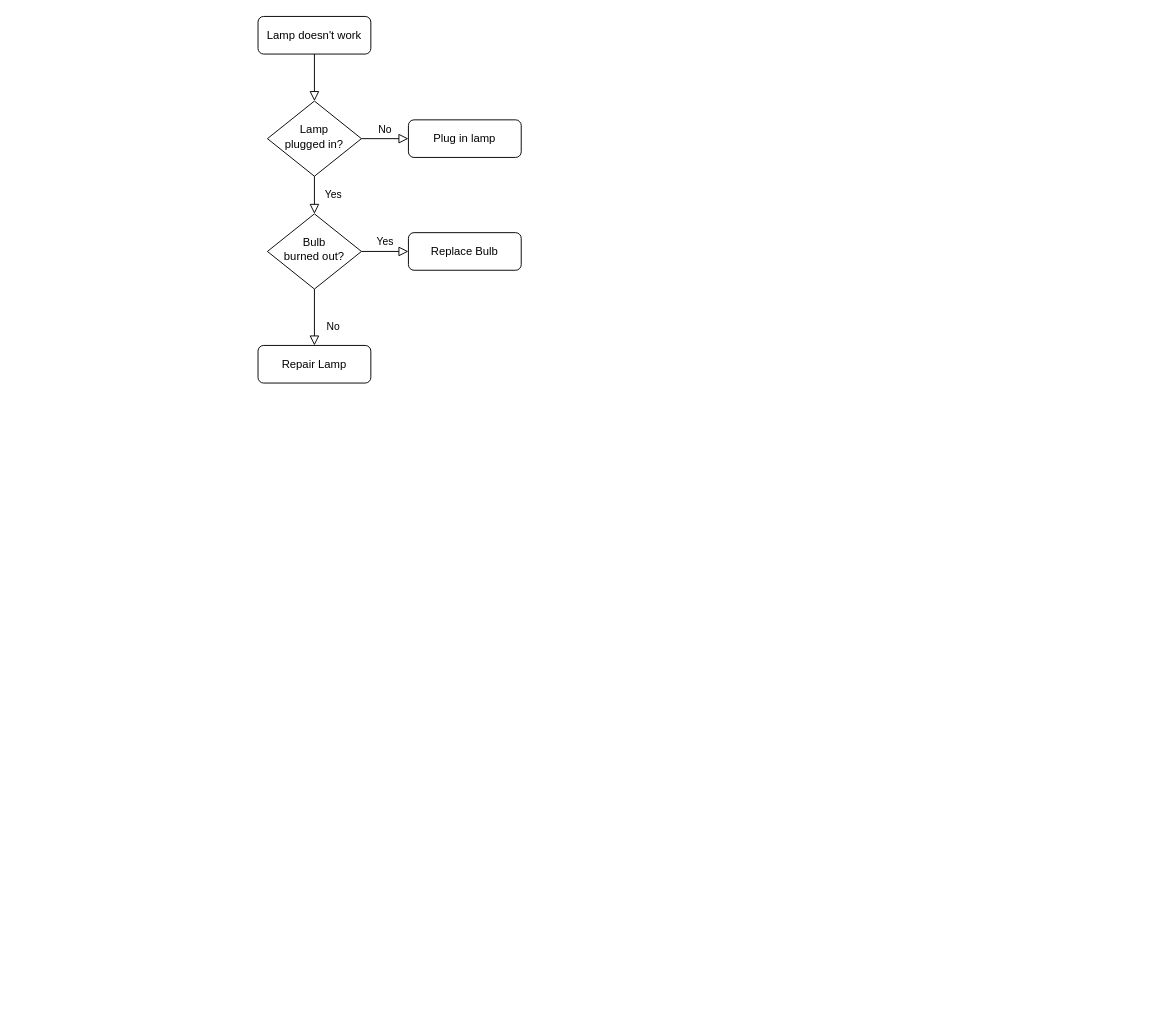
Before: 未命名绘图.drawio in 1171229771/draw, a draw.io diagram. Source tidied: cells renumbered, new cells numbered last; positions are measured from the earlier drawing's top-left corner, leaving out a move shared by most shapes. Both pictures are drawn from the tidied source at 94%, with x=0, y=0 at pixel (258, 16).
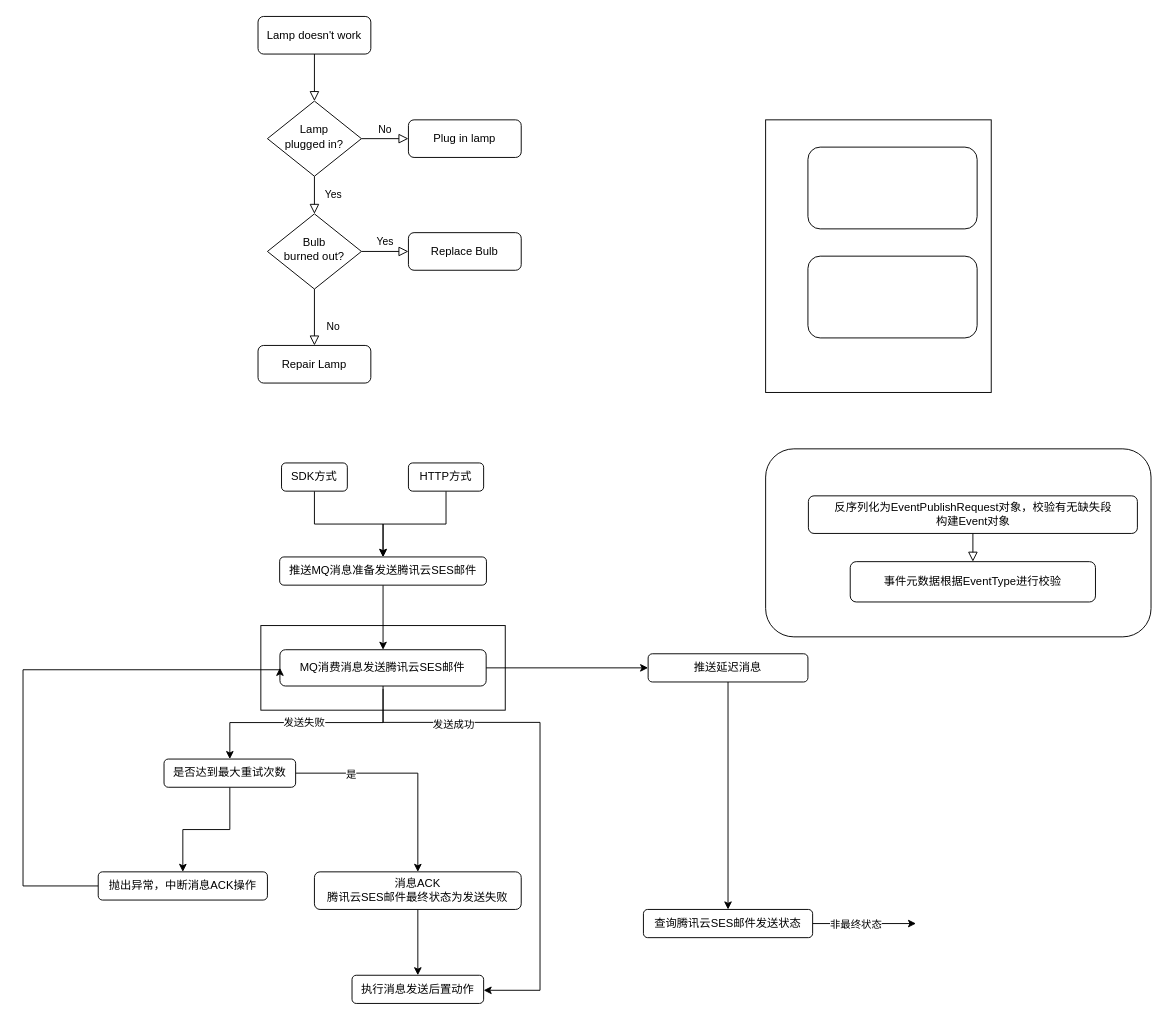
After the change.

Commit message:
更新未命名绘图.drawio

What changed in the source:
```diff
@@
+    <mxCell id="13" style="group;fillColor=default;strokeColor=default;enumerate=0;comic=0;fixedWidth=0;" parent="1" vertex="1">
+      <mxGeometry x="540" y="110" width="240" height="290" as="geometry" />
+    </mxCell>
+    <mxCell id="14" style="rounded=1;whiteSpace=wrap;html=1;strokeColor=default;align=center;verticalAlign=top;fontFamily=Helvetica;fontSize=12;fontColor=default;fillColor=default;gradientColor=none;" parent="13" vertex="1">
+      <mxGeometry x="45" y="29" width="180" height="87" as="geometry" />
+    </mxCell>
+    <mxCell id="15" style="rounded=1;whiteSpace=wrap;html=1;strokeColor=default;align=center;verticalAlign=top;fontFamily=Helvetica;fontSize=12;fontColor=default;fillColor=default;gradientColor=none;" parent="13" vertex="1">
+      <mxGeometry x="45" y="145" width="180" height="87" as="geometry" />
+    </mxCell>
+    <mxCell id="16" style="group;fillColor=default;strokeColor=default;" parent="1" vertex="1">
+      <mxGeometry x="3" y="648" width="260" height="90" as="geometry" />
+    </mxCell>
+    <mxCell id="17" value="MQ消费消息发送腾讯云SES邮件" style="rounded=1;whiteSpace=wrap;html=1;" parent="16" vertex="1">
+      <mxGeometry x="20.3" y="25.7" width="219.4" height="38.6" as="geometry" />
+    </mxCell>
@@
+    <mxCell id="18" style="edgeStyle=orthogonalEdgeStyle;rounded=0;jettySize=auto;html=1;entryX=0.5;entryY=0;entryDx=0;entryDy=0;" parent="1" edge="1" source="28" target="21">
+      <mxGeometry relative="1" as="geometry" />
+    </mxCell>
+    <mxCell id="19" style="edgeStyle=orthogonalEdgeStyle;rounded=0;jettySize=auto;html=1;entryX=0.5;entryY=0;entryDx=0;entryDy=0;" parent="1" edge="1" source="29" target="21">
+      <mxGeometry relative="1" as="geometry" />
+    </mxCell>
+    <mxCell id="20" style="edgeStyle=orthogonalEdgeStyle;rounded=0;jettySize=auto;html=1;" parent="1" edge="1" source="21" target="17">
+      <mxGeometry relative="1" as="geometry" />
+    </mxCell>
+    <mxCell id="21" value="推送MQ消息准备发送腾讯云SES邮件" style="rounded=1;whiteSpace=wrap;html=1;" parent="1" vertex="1">
+      <mxGeometry x="23" y="575" width="220" height="30" as="geometry" />
+    </mxCell>
+    <mxCell id="22" style="edgeStyle=orthogonalEdgeStyle;rounded=0;jettySize=auto;html=1;" parent="1" edge="1" source="17" target="31">
+      <mxGeometry relative="1" as="geometry" />
+    </mxCell>
+    <mxCell id="23" style="edgeStyle=orthogonalEdgeStyle;rounded=0;orthogonalLoop=1;jettySize=auto;html=1;exitX=0.5;exitY=1;exitDx=0;exitDy=0;entryX=1;entryY=0.5;entryDx=0;entryDy=0;" parent="1" edge="1">
+      <mxGeometry relative="1" as="geometry">
+        <mxPoint x="133" y="715.3" as="sourcePoint" />
+        <mxPoint x="240" y="1036" as="targetPoint" />
+        <Array as="points">
+          <mxPoint x="133" y="751" />
+          <mxPoint x="300" y="751" />
+          <mxPoint x="300" y="1036" />
+        </Array>
+      </mxGeometry>
+    </mxCell>
+    <mxCell id="24" value="发送成功" style="edgeLabel;html=1;align=center;verticalAlign=middle;" parent="23" vertex="1">
+      <mxGeometry x="-0.04" width="70" height="30" relative="1" as="geometry">
+        <mxPoint x="-127" y="-73" as="offset" />
+      </mxGeometry>
+    </mxCell>
+    <mxCell id="25" style="edgeStyle=orthogonalEdgeStyle;rounded=0;jettySize=auto;html=1;" parent="1" edge="1" source="17" target="38">
+      <mxGeometry relative="1" as="geometry" />
+    </mxCell>
+    <mxCell id="26" value="发送失败" style="edgeLabel;html=1;align=center;verticalAlign=middle;" parent="25" vertex="1">
+      <mxGeometry x="0.12" y="3" width="70" height="30" relative="1" as="geometry">
+        <mxPoint x="-23" y="-18" as="offset" />
+      </mxGeometry>
+    </mxCell>
+    <mxCell id="27" style="group;" parent="1" vertex="1">
+      <mxGeometry x="25" y="475" width="215" height="30" as="geometry" />
+    </mxCell>
+    <mxCell id="28" value="SDK方式" style="rounded=1;whiteSpace=wrap;html=1;fontSize=12;glass=0;strokeWidth=1;shadow=0;" parent="27" vertex="1">
+      <mxGeometry width="70" height="30" as="geometry" />
+    </mxCell>
+    <mxCell id="29" value="HTTP方式&lt;br&gt;" style="rounded=1;whiteSpace=wrap;html=1;" parent="27" vertex="1">
+      <mxGeometry x="135" width="80" height="30" as="geometry" />
+    </mxCell>
+    <mxCell id="30" style="edgeStyle=orthogonalEdgeStyle;rounded=0;jettySize=auto;html=1;entryX=0.5;entryY=0;entryDx=0;entryDy=0;" parent="1" edge="1" source="31" target="34">
+      <mxGeometry relative="1" as="geometry" />
+    </mxCell>
+    <mxCell id="31" value="推送延迟消息" style="rounded=1;whiteSpace=wrap;html=1;" parent="1" vertex="1">
+      <mxGeometry x="415" y="678" width="170" height="30" as="geometry" />
+    </mxCell>
+    <mxCell id="32" style="edgeStyle=orthogonalEdgeStyle;rounded=0;jettySize=auto;html=1;" parent="1" edge="1" source="34">
+      <mxGeometry relative="1" as="geometry">
+        <mxPoint x="700" y="965" as="targetPoint" />
+      </mxGeometry>
+    </mxCell>
+    <mxCell id="33" value="非最终状态" style="edgeLabel;html=1;align=center;verticalAlign=middle;" parent="32" vertex="1">
+      <mxGeometry x="-0.19" y="-2" relative="1" as="geometry">
+        <mxPoint y="-2" as="offset" />
+      </mxGeometry>
+    </mxCell>
+    <mxCell id="34" value="查询腾讯云SES邮件发送状态&lt;br&gt;" style="rounded=1;whiteSpace=wrap;html=1;" parent="1" vertex="1">
+      <mxGeometry x="410" y="950" width="180" height="30" as="geometry" />
+    </mxCell>
+    <mxCell id="35" style="edgeStyle=orthogonalEdgeStyle;rounded=0;jettySize=auto;html=1;" parent="1" edge="1" source="38" target="40">
+      <mxGeometry relative="1" as="geometry" />
+    </mxCell>
+    <mxCell id="36" value="是" style="edgeLabel;html=1;align=center;verticalAlign=middle;" parent="35" vertex="1">
+      <mxGeometry x="-0.3" y="-2" width="30" height="30" relative="1" as="geometry">
+        <mxPoint x="-38" y="-15" as="offset" />
+      </mxGeometry>
+    </mxCell>
+    <mxCell id="37" style="edgeStyle=orthogonalEdgeStyle;rounded=0;jettySize=auto;html=1;entryX=0.5;entryY=0;entryDx=0;entryDy=0;" parent="1" edge="1" source="38" target="42">
+      <mxGeometry relative="1" as="geometry" />
+    </mxCell>
+    <mxCell id="38" value="是否达到最大重试次数" style="rounded=1;whiteSpace=wrap;html=1;" parent="1" vertex="1">
+      <mxGeometry x="-100" y="790" width="140" height="30" as="geometry" />
+    </mxCell>
+    <mxCell id="39" style="edgeStyle=orthogonalEdgeStyle;rounded=0;jettySize=auto;html=1;entryX=0.5;entryY=0;entryDx=0;entryDy=0;" parent="1" edge="1" source="40" target="43">
+      <mxGeometry relative="1" as="geometry" />
+    </mxCell>
+    <mxCell id="40" value="消息ACK&lt;br&gt;腾讯云SES邮件最终状态为发送失败" style="rounded=1;whiteSpace=wrap;html=1;" parent="1" vertex="1">
+      <mxGeometry x="60" y="910" width="220" height="40" as="geometry" />
+    </mxCell>
+    <mxCell id="41" style="edgeStyle=orthogonalEdgeStyle;rounded=0;jettySize=auto;html=1;entryX=0;entryY=0.5;entryDx=0;entryDy=0;" parent="1" edge="1" source="42" target="17">
+      <mxGeometry relative="1" as="geometry">
+        <Array as="points">
+          <mxPoint x="-250" y="925" />
+          <mxPoint x="-250" y="695" />
+        </Array>
+      </mxGeometry>
+    </mxCell>
+    <mxCell id="42" value="抛出异常，中断消息ACK操作" style="rounded=1;whiteSpace=wrap;html=1;" parent="1" vertex="1">
+      <mxGeometry x="-170" y="910" width="180" height="30" as="geometry" />
+    </mxCell>
+    <mxCell id="43" value="执行消息发送后置动作" style="rounded=1;whiteSpace=wrap;html=1;" parent="1" vertex="1">
+      <mxGeometry x="100" y="1020" width="140" height="30" as="geometry" />
+    </mxCell>
+    <mxCell id="44" style="group;fillColor=default;strokeColor=default;gradientColor=none;rounded=1;noLabel=0;" parent="1" vertex="1">
+      <mxGeometry x="540" y="460" width="410" height="200" as="geometry" />
+    </mxCell>
+    <mxCell id="45" value="反序列化为EventPublishRequest对象，校验有无缺失段&lt;br&gt;构建Event对象" style="rounded=1;html=1;fontSize=12;glass=0;strokeWidth=1;shadow=0;whiteSpace=wrap;" parent="44" vertex="1">
+      <mxGeometry x="45.5" y="50" width="350" height="40" as="geometry" />
+    </mxCell>
+    <mxCell id="46" value="事件元数据根据EventType进行&lt;span style=&quot;background-color: initial;&quot;&gt;校验&lt;/span&gt;" style="rounded=1;whiteSpace=wrap;html=1;fontSize=12;glass=0;strokeWidth=1;shadow=0;" parent="44" vertex="1">
+      <mxGeometry x="90" y="120" width="260.9" height="42.9" as="geometry" />
+    </mxCell>
+    <mxCell id="47" style="rounded=0;html=1;jettySize=auto;fontSize=11;endArrow=block;endFill=0;endSize=8;strokeWidth=1;shadow=0;labelBackgroundColor=none;edgeStyle=orthogonalEdgeStyle;exitX=0.5;exitY=1;exitDx=0;exitDy=0;" parent="44" edge="1" source="45" target="46">
+      <mxGeometry x="0.33" y="20" relative="1" as="geometry" />
+    </mxCell>
```
